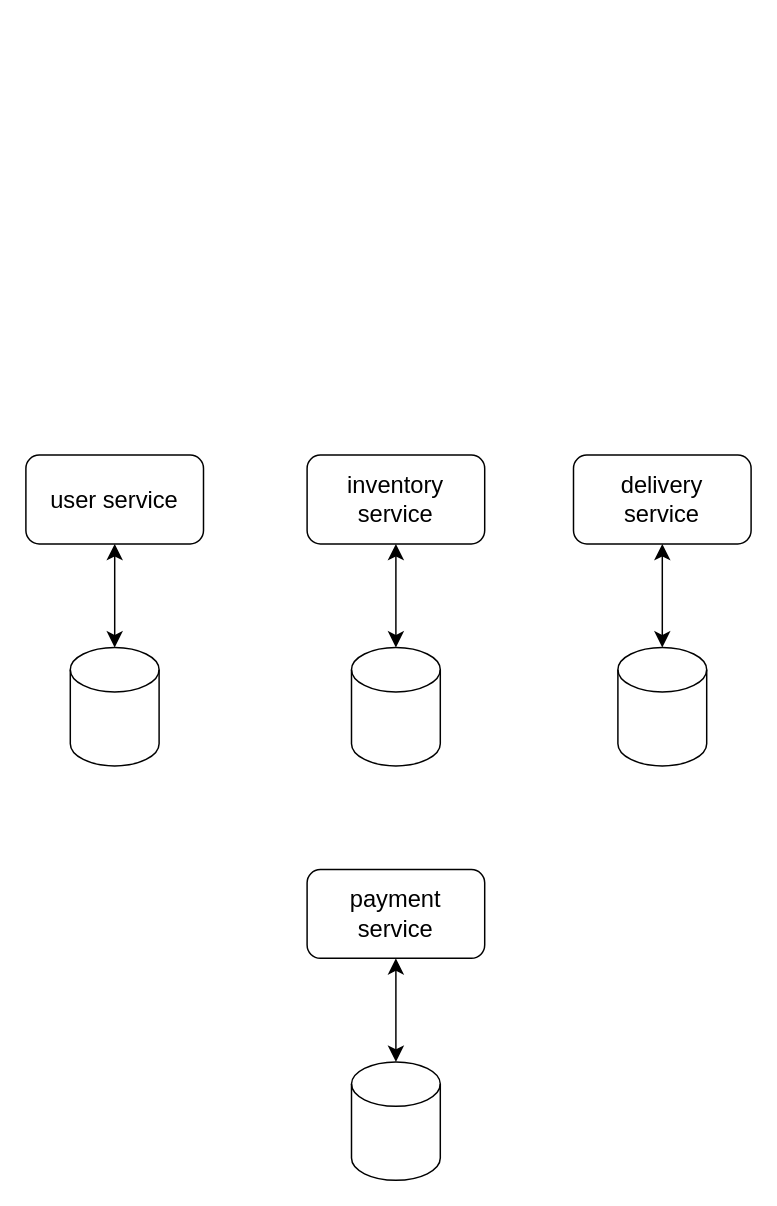
Before: page "demo-arch" (2 of 3) of kfaka.drawio in zhoujingking/flow-charts, a draw.io diagram. Source tidied: cells renumbered, new cells numbered last; positions are measured from the earlier drawing's top-left corner, leaving out a move shared by most shapes. Both pictures are drawn from the tidied source at 148%, with x=0, y=0 at pixel (25, 454).
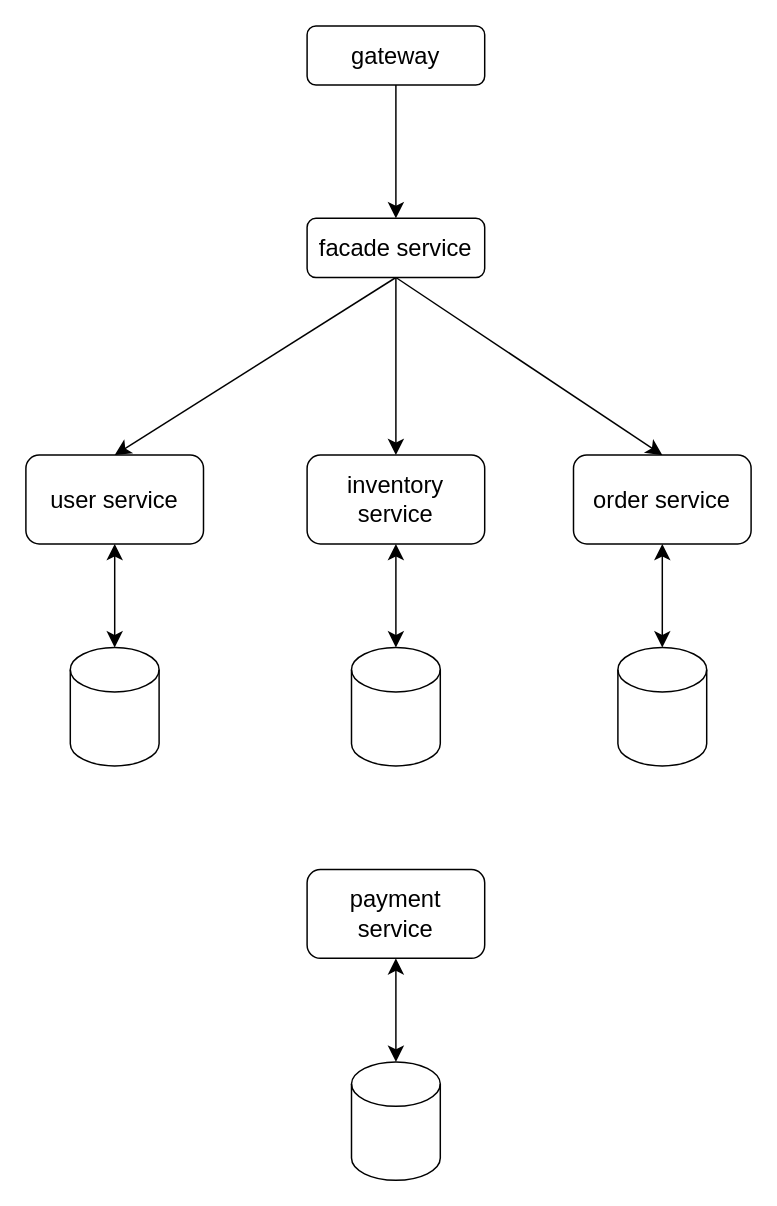
The same diagram, later.

The change refers to these unchanged cells:
```xml
<mxCell id="2" style="group;" parent="1" vertex="1">
  <mxGeometry x="370" width="120" height="210" as="geometry" />
</mxCell>
<mxCell id="8" value="user service" style="rounded=1;whiteSpace=wrap;html=1;fontSize=16;" parent="6" vertex="1">
  <mxGeometry width="120" height="60" as="geometry" />
</mxCell>
<mxCell id="12" value="inventory service" style="rounded=1;whiteSpace=wrap;html=1;fontSize=16;" parent="10" vertex="1">
  <mxGeometry width="120" height="60" as="geometry" />
</mxCell>
```

Diff of the diagram source:
```diff
@@
-    <mxCell id="4" value="delivery&lt;br&gt;service" style="rounded=1;whiteSpace=wrap;html=1;fontSize=16;" parent="2" vertex="1">
+    <mxCell id="4" value="order service" style="rounded=1;whiteSpace=wrap;html=1;fontSize=16;" parent="2" vertex="1">
       <mxGeometry width="120" height="60" as="geometry" />
     </mxCell>
@@
+    <mxCell id="18" style="edgeStyle=none;curved=1;rounded=0;jettySize=auto;html=1;exitX=0.5;exitY=1;exitDx=0;exitDy=0;entryX=0.5;entryY=0;entryDx=0;entryDy=0;fontSize=12;startSize=8;endSize=8;" parent="1" edge="1" source="21" target="8">
+      <mxGeometry relative="1" as="geometry" />
+    </mxCell>
+    <mxCell id="19" style="edgeStyle=none;curved=1;rounded=0;jettySize=auto;html=1;exitX=0.5;exitY=1;exitDx=0;exitDy=0;entryX=0.5;entryY=0;entryDx=0;entryDy=0;fontSize=12;startSize=8;endSize=8;" parent="1" edge="1" source="21" target="12">
+      <mxGeometry relative="1" as="geometry" />
+    </mxCell>
+    <mxCell id="20" style="edgeStyle=none;curved=1;rounded=0;jettySize=auto;html=1;exitX=0.5;exitY=1;exitDx=0;exitDy=0;entryX=0.5;entryY=0;entryDx=0;entryDy=0;fontSize=12;startSize=8;endSize=8;" parent="1" edge="1" source="21" target="4">
+      <mxGeometry relative="1" as="geometry" />
+    </mxCell>
+    <mxCell id="21" value="facade service" style="rounded=1;whiteSpace=wrap;html=1;fontSize=16;" parent="1" vertex="1">
+      <mxGeometry x="190" y="-160" width="120" height="40" as="geometry" />
+    </mxCell>
+    <mxCell id="22" style="edgeStyle=none;curved=1;rounded=0;jettySize=auto;html=1;exitX=0.5;exitY=1;exitDx=0;exitDy=0;entryX=0.5;entryY=0;entryDx=0;entryDy=0;fontSize=12;startSize=8;endSize=8;" parent="1" edge="1" source="23" target="21">
+      <mxGeometry relative="1" as="geometry" />
+    </mxCell>
+    <mxCell id="23" value="gateway" style="rounded=1;whiteSpace=wrap;html=1;fontSize=16;" parent="1" vertex="1">
+      <mxGeometry x="190" y="-290" width="120" height="40" as="geometry" />
+    </mxCell>
```
